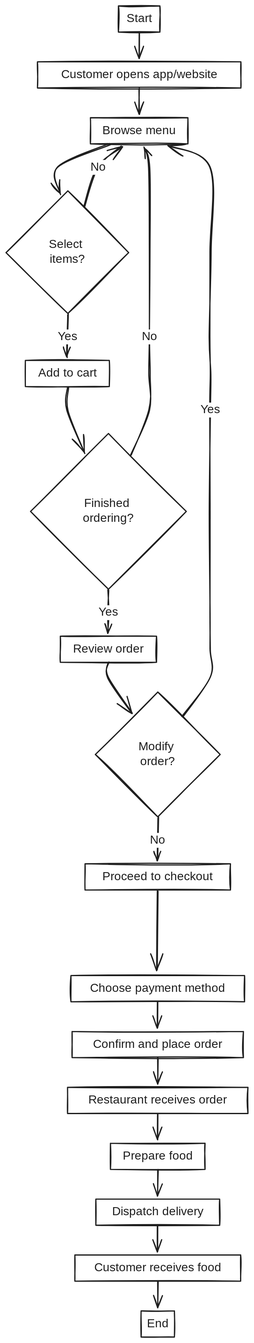
Earlier version of the Excalidraw export docs/diagram.excalidraw.svg (lowenhere/foodiverse-app). Source tidied: one line per element, renumbered; positions are measured from the earlier drawing's top-left corner, leaving out a move shared by most shapes. The source it was exported from:
```json
{"id": 0, "type": "rectangle", "strokeColor": "#1e1e1e", "strokeWidth": 2, "roughness": 1, "x": 189, "y": 0, "width": 70, "height": 44}
{"id": 1, "type": "rectangle", "strokeColor": "#1e1e1e", "strokeWidth": 2, "roughness": 1, "x": 53, "y": 94, "width": 342, "height": 44}
{"id": 2, "type": "rectangle", "strokeColor": "#1e1e1e", "strokeWidth": 2, "roughness": 1, "x": 142, "y": 188, "width": 164, "height": 44}
{"id": 3, "type": "diamond", "strokeColor": "#1e1e1e", "strokeWidth": 2, "roughness": 1, "x": 0, "y": 311, "width": 206, "height": 206}
{"id": 4, "type": "rectangle", "strokeColor": "#1e1e1e", "strokeWidth": 2, "roughness": 1, "x": 33, "y": 596, "width": 141, "height": 44}
{"id": 5, "type": "diamond", "strokeColor": "#1e1e1e", "strokeWidth": 2, "roughness": 1, "x": 41, "y": 719, "width": 262, "height": 262}
{"id": 6, "type": "rectangle", "strokeColor": "#1e1e1e", "strokeWidth": 2, "roughness": 1, "x": 91, "y": 1060, "width": 162, "height": 44}
{"id": 7, "type": "diamond", "strokeColor": "#1e1e1e", "strokeWidth": 2, "roughness": 1, "x": 150, "y": 1154, "width": 210, "height": 210}
{"id": 8, "type": "rectangle", "strokeColor": "#1e1e1e", "strokeWidth": 2, "roughness": 1, "x": 133, "y": 1443, "width": 245, "height": 44}
{"id": 9, "type": "rectangle", "strokeColor": "#1e1e1e", "strokeWidth": 2, "roughness": 1, "x": 109, "y": 1631, "width": 292, "height": 44}
{"id": 10, "type": "rectangle", "strokeColor": "#1e1e1e", "strokeWidth": 2, "roughness": 1, "x": 111, "y": 1725, "width": 288, "height": 44}
{"id": 11, "type": "rectangle", "strokeColor": "#1e1e1e", "strokeWidth": 2, "roughness": 1, "x": 103, "y": 1819, "width": 303, "height": 44}
{"id": 12, "type": "rectangle", "strokeColor": "#1e1e1e", "strokeWidth": 2, "roughness": 1, "x": 176, "y": 1913, "width": 159, "height": 44}
{"id": 13, "type": "rectangle", "strokeColor": "#1e1e1e", "strokeWidth": 2, "roughness": 1, "x": 151, "y": 2007, "width": 208, "height": 44}
{"id": 14, "type": "rectangle", "strokeColor": "#1e1e1e", "strokeWidth": 2, "roughness": 1, "x": 116, "y": 2101, "width": 279, "height": 44}
{"id": 15, "type": "rectangle", "strokeColor": "#1e1e1e", "strokeWidth": 2, "roughness": 1, "x": 227, "y": 2195, "width": 56, "height": 44}
{"id": 16, "type": "arrow", "strokeColor": "#1e1e1e", "strokeWidth": 2, "roughness": 1, "endArrowhead": "arrow", "round": true, "from": 0, "to": 1, "x": 224, "y": 44, "width": 0, "height": 44, "points": [[0, 0], [0, 44]]}
{"id": 17, "type": "arrow", "strokeColor": "#1e1e1e", "strokeWidth": 2, "roughness": 1, "endArrowhead": "arrow", "round": true, "from": 1, "to": 2, "x": 224, "y": 138, "width": 0, "height": 44, "points": [[0, 0], [0, 44]]}
{"id": 18, "type": "arrow", "strokeColor": "#1e1e1e", "strokeWidth": 2, "roughness": 1, "endArrowhead": "arrow", "round": true, "from": 2, "to": 3, "x": 175, "y": 232, "width": 89, "height": 84, "points": [[0, 0], [-89, 39], [-84, 84]]}
{"id": 19, "type": "arrow", "strokeColor": "#1e1e1e", "strokeWidth": 2, "roughness": 1, "endArrowhead": "arrow", "round": true, "from": 3, "to": 4, "x": 104, "y": 518, "width": 0, "height": 72, "points": [[0, 0], [0, 38], [0, 72]]}
{"id": 20, "type": "arrow", "strokeColor": "#1e1e1e", "strokeWidth": 2, "roughness": 1, "endArrowhead": "arrow", "round": true, "from": 3, "to": 2, "x": 132, "y": 338, "width": 63, "height": 102, "points": [[0, 0], [23, -67], [63, -102]]}
{"id": 21, "type": "arrow", "strokeColor": "#1e1e1e", "strokeWidth": 2, "roughness": 1, "endArrowhead": "arrow", "round": true, "from": 4, "to": 5, "x": 104, "y": 641, "width": 29, "height": 111, "points": [[0, 0], [0, 39], [29, 111]]}
{"id": 22, "type": "arrow", "strokeColor": "#1e1e1e", "strokeWidth": 2, "roughness": 1, "endArrowhead": "arrow", "round": true, "from": 5, "to": 2, "x": 210, "y": 757, "width": 31, "height": 519, "points": [[0, 0], [31, -77], [31, -139], [31, -200], [31, -343], [31, -485], [22, -519]]}
{"id": 23, "type": "arrow", "strokeColor": "#1e1e1e", "strokeWidth": 2, "roughness": 1, "endArrowhead": "arrow", "round": true, "from": 5, "to": 6, "x": 173, "y": 982, "width": 0, "height": 72, "points": [[0, 0], [0, 38], [0, 72]]}
{"id": 24, "type": "arrow", "strokeColor": "#1e1e1e", "strokeWidth": 2, "roughness": 1, "endArrowhead": "arrow", "round": true, "from": 6, "to": 7, "x": 173, "y": 1105, "width": 39, "height": 86, "points": [[0, 0], [0, 24], [39, 86]]}
{"id": 25, "type": "arrow", "strokeColor": "#1e1e1e", "strokeWidth": 2, "roughness": 1, "endArrowhead": "arrow", "round": true, "from": 7, "to": 2, "x": 297, "y": 1196, "width": 71, "height": 961, "points": [[0, 0], [46, -67], [46, -114], [46, -176], [46, -346], [46, -517], [46, -578], [46, -640], [46, -782], [46, -925], [-26, -961]]}
{"id": 26, "type": "arrow", "strokeColor": "#1e1e1e", "strokeWidth": 2, "roughness": 1, "endArrowhead": "arrow", "round": true, "from": 7, "to": 8, "x": 256, "y": 1365, "width": 0, "height": 72, "points": [[0, 0], [0, 38], [0, 72]]}
{"id": 27, "type": "arrow", "strokeColor": "#1e1e1e", "strokeWidth": 2, "roughness": 1, "endArrowhead": "arrow", "round": true, "from": 8, "to": 9, "x": 255, "y": 1488, "width": 1, "height": 134, "points": [[0, 0], [-1, 134]]}
{"id": 28, "type": "arrow", "strokeColor": "#1e1e1e", "strokeWidth": 2, "roughness": 1, "endArrowhead": "arrow", "round": true, "from": 9, "to": 10, "x": 255, "y": 1675, "width": 0, "height": 44, "points": [[0, 0], [0, 44]]}
{"id": 29, "type": "arrow", "strokeColor": "#1e1e1e", "strokeWidth": 2, "roughness": 1, "endArrowhead": "arrow", "round": true, "from": 10, "to": 11, "x": 255, "y": 1769, "width": 0, "height": 44, "points": [[0, 0], [0, 44]]}
{"id": 30, "type": "arrow", "strokeColor": "#1e1e1e", "strokeWidth": 2, "roughness": 1, "endArrowhead": "arrow", "round": true, "from": 11, "to": 12, "x": 255, "y": 1863, "width": 0, "height": 44, "points": [[0, 0], [0, 44]]}
{"id": 31, "type": "arrow", "strokeColor": "#1e1e1e", "strokeWidth": 2, "roughness": 1, "endArrowhead": "arrow", "round": true, "from": 12, "to": 13, "x": 255, "y": 1957, "width": 0, "height": 44, "points": [[0, 0], [0, 44]]}
{"id": 32, "type": "arrow", "strokeColor": "#1e1e1e", "strokeWidth": 2, "roughness": 1, "endArrowhead": "arrow", "round": true, "from": 13, "to": 14, "x": 255, "y": 2051, "width": 0, "height": 44, "points": [[0, 0], [0, 44]]}
{"id": 33, "type": "arrow", "strokeColor": "#1e1e1e", "strokeWidth": 2, "roughness": 1, "endArrowhead": "arrow", "round": true, "from": 14, "to": 15, "x": 255, "y": 2145, "width": 0, "height": 44, "points": [[0, 0], [0, 44]]}
{"id": 34, "type": "text", "text": "Start", "strokeColor": "#1e1e1e", "strokeWidth": 2, "roughness": 1, "fontSize": 20, "fontFamily": 1, "textAlign": "center", "verticalAlign": "middle", "inside": 0, "x": 196, "y": 10, "width": 57, "height": 25}
{"id": 35, "type": "text", "text": "Customer opens app/website", "strokeColor": "#1e1e1e", "strokeWidth": 2, "roughness": 1, "fontSize": 20, "fontFamily": 1, "textAlign": "center", "verticalAlign": "middle", "inside": 1, "x": 86, "y": 104, "width": 276, "height": 25}
{"id": 36, "type": "text", "text": "Browse menu", "strokeColor": "#1e1e1e", "strokeWidth": 2, "roughness": 1, "fontSize": 20, "fontFamily": 1, "textAlign": "center", "verticalAlign": "middle", "inside": 2, "x": 163, "y": 198, "width": 122, "height": 25}
{"id": 37, "type": "text", "text": "Select \nitems?", "strokeColor": "#1e1e1e", "strokeWidth": 2, "roughness": 1, "fontSize": 20, "fontFamily": 1, "textAlign": "center", "verticalAlign": "middle", "inside": 3, "x": 68, "y": 389, "width": 71, "height": 50}
{"id": 38, "type": "text", "text": "Add to cart", "strokeColor": "#1e1e1e", "strokeWidth": 2, "roughness": 1, "fontSize": 20, "fontFamily": 1, "textAlign": "center", "verticalAlign": "middle", "inside": 4, "x": 42, "y": 606, "width": 122, "height": 25}
{"id": 39, "type": "text", "text": "Finished \nordering?", "strokeColor": "#1e1e1e", "strokeWidth": 2, "roughness": 1, "fontSize": 20, "fontFamily": 1, "textAlign": "center", "verticalAlign": "middle", "inside": 5, "x": 130, "y": 825, "width": 84, "height": 50}
{"id": 40, "type": "text", "text": "Review order", "strokeColor": "#1e1e1e", "strokeWidth": 2, "roughness": 1, "fontSize": 20, "fontFamily": 1, "textAlign": "center", "verticalAlign": "middle", "inside": 6, "x": 111, "y": 1070, "width": 123, "height": 25}
{"id": 41, "type": "text", "text": "Modify \norder?", "strokeColor": "#1e1e1e", "strokeWidth": 2, "roughness": 1, "fontSize": 20, "fontFamily": 1, "textAlign": "center", "verticalAlign": "middle", "inside": 7, "x": 220, "y": 1234, "width": 71, "height": 50}
{"id": 42, "type": "text", "text": "Proceed to checkout", "strokeColor": "#1e1e1e", "strokeWidth": 2, "roughness": 1, "fontSize": 20, "fontFamily": 1, "textAlign": "center", "verticalAlign": "middle", "inside": 8, "x": 154, "y": 1452, "width": 203, "height": 25}
{"id": 43, "type": "text", "text": "Choose payment method", "strokeColor": "#1e1e1e", "strokeWidth": 2, "roughness": 1, "fontSize": 20, "fontFamily": 1, "textAlign": "center", "verticalAlign": "middle", "inside": 9, "x": 140, "y": 1640, "width": 231, "height": 25}
{"id": 44, "type": "text", "text": "Confirm and place order", "strokeColor": "#1e1e1e", "strokeWidth": 2, "roughness": 1, "fontSize": 20, "fontFamily": 1, "textAlign": "center", "verticalAlign": "middle", "inside": 10, "x": 139, "y": 1734, "width": 233, "height": 25}
{"id": 45, "type": "text", "text": "Restaurant receives order", "strokeColor": "#1e1e1e", "strokeWidth": 2, "roughness": 1, "fontSize": 20, "fontFamily": 1, "textAlign": "center", "verticalAlign": "middle", "inside": 11, "x": 124, "y": 1828, "width": 262, "height": 25}
{"id": 46, "type": "text", "text": "Prepare food", "strokeColor": "#1e1e1e", "strokeWidth": 2, "roughness": 1, "fontSize": 20, "fontFamily": 1, "textAlign": "center", "verticalAlign": "middle", "inside": 12, "x": 191, "y": 1922, "width": 129, "height": 25}
{"id": 47, "type": "text", "text": "Dispatch delivery", "strokeColor": "#1e1e1e", "strokeWidth": 2, "roughness": 1, "fontSize": 20, "fontFamily": 1, "textAlign": "center", "verticalAlign": "middle", "inside": 13, "x": 172, "y": 2016, "width": 167, "height": 25}
{"id": 48, "type": "text", "text": "Customer receives food", "strokeColor": "#1e1e1e", "strokeWidth": 2, "roughness": 1, "fontSize": 20, "fontFamily": 1, "textAlign": "center", "verticalAlign": "middle", "inside": 14, "x": 140, "y": 2110, "width": 230, "height": 25}
{"id": 49, "type": "text", "text": "End", "strokeColor": "#1e1e1e", "strokeWidth": 2, "roughness": 1, "fontSize": 20, "fontFamily": 1, "textAlign": "center", "verticalAlign": "middle", "inside": 15, "x": 238, "y": 2204, "width": 34, "height": 25}
{"id": 50, "type": "text", "text": "Yes", "strokeColor": "#1e1e1e", "strokeWidth": 2, "roughness": 1, "fontSize": 20, "fontFamily": 1, "textAlign": "center", "verticalAlign": "middle", "inside": 19, "x": 87, "y": 544, "width": 32, "height": 25}
{"id": 51, "type": "text", "text": "No", "strokeColor": "#1e1e1e", "strokeWidth": 2, "roughness": 1, "fontSize": 20, "fontFamily": 1, "textAlign": "center", "verticalAlign": "middle", "inside": 20, "x": 143, "y": 259, "width": 24, "height": 25}
{"id": 52, "type": "text", "text": "No", "strokeColor": "#1e1e1e", "strokeWidth": 2, "roughness": 1, "fontSize": 20, "fontFamily": 1, "textAlign": "center", "verticalAlign": "middle", "inside": 22, "x": 229, "y": 544, "width": 24, "height": 25}
{"id": 53, "type": "text", "text": "Yes", "strokeColor": "#1e1e1e", "strokeWidth": 2, "roughness": 1, "fontSize": 20, "fontFamily": 1, "textAlign": "center", "verticalAlign": "middle", "inside": 23, "x": 156, "y": 1008, "width": 32, "height": 25}
{"id": 54, "type": "text", "text": "Yes", "strokeColor": "#1e1e1e", "strokeWidth": 2, "roughness": 1, "fontSize": 20, "fontFamily": 1, "textAlign": "center", "verticalAlign": "middle", "inside": 25, "x": 327, "y": 667, "width": 32, "height": 25}
{"id": 55, "type": "text", "text": "No", "strokeColor": "#1e1e1e", "strokeWidth": 2, "roughness": 1, "fontSize": 20, "fontFamily": 1, "textAlign": "center", "verticalAlign": "middle", "inside": 26, "x": 243, "y": 1391, "width": 24, "height": 25}
```
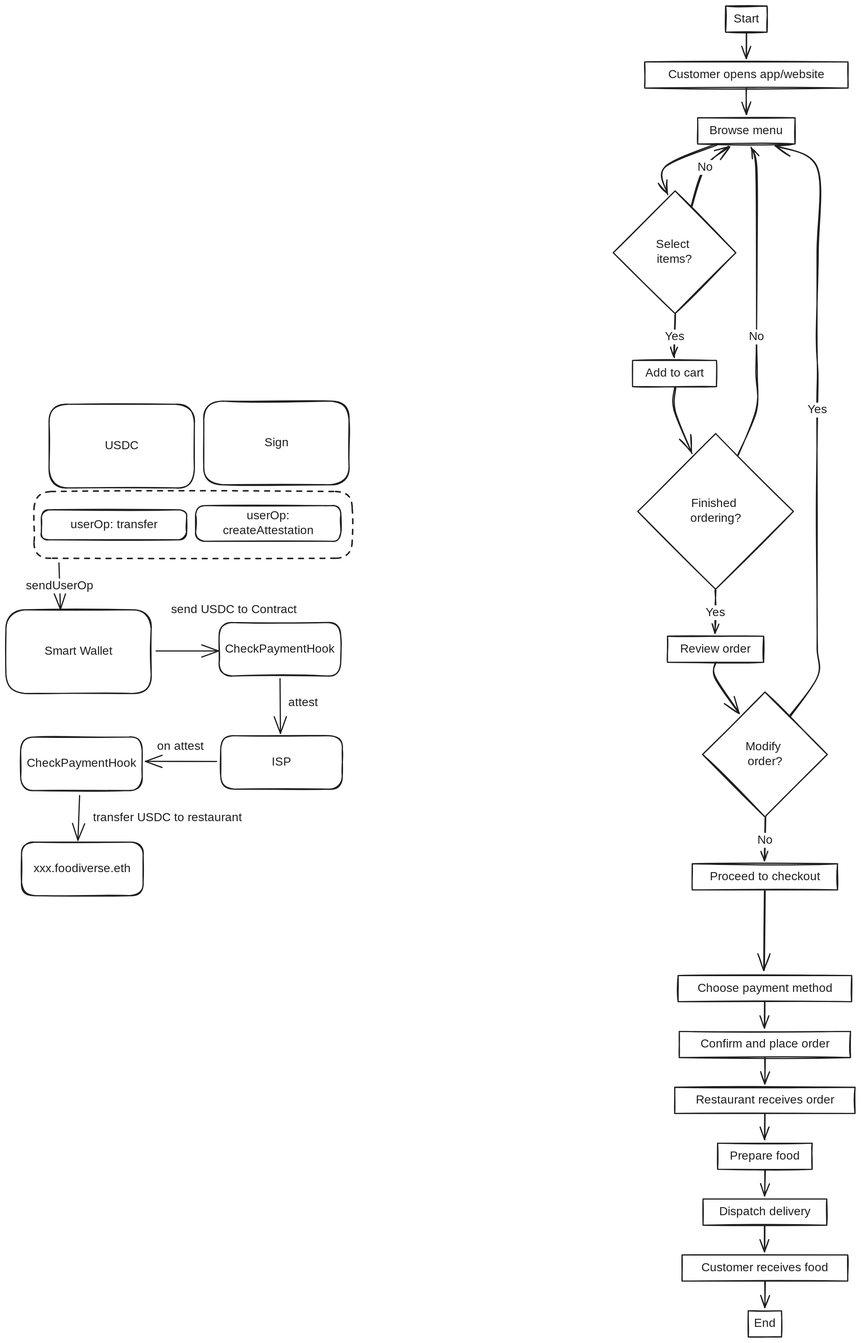
After the commit.

Change to the diagram source:
```diff
@@ -54,3 +54,32 @@
 {"id": 53, "type": "text", "text": "Yes", "strokeColor": "#1e1e1e", "strokeWidth": 2, "roughness": 1, "fontSize": 20, "fontFamily": 1, "textAlign": "center", "verticalAlign": "middle", "inside": 23, "x": 156, "y": 1008, "width": 32, "height": 25}
 {"id": 54, "type": "text", "text": "Yes", "strokeColor": "#1e1e1e", "strokeWidth": 2, "roughness": 1, "fontSize": 20, "fontFamily": 1, "textAlign": "center", "verticalAlign": "middle", "inside": 25, "x": 327, "y": 667, "width": 32, "height": 25}
 {"id": 55, "type": "text", "text": "No", "strokeColor": "#1e1e1e", "strokeWidth": 2, "roughness": 1, "fontSize": 20, "fontFamily": 1, "textAlign": "center", "verticalAlign": "middle", "inside": 26, "x": 243, "y": 1391, "width": 24, "height": 25}
+{"id": 56, "type": "rectangle", "strokeColor": "#1e1e1e", "strokeWidth": 2, "roughness": 1, "round": true, "x": -949, "y": 670, "width": 244, "height": 141}
+{"id": 57, "type": "text", "text": "USDC", "strokeColor": "#1e1e1e", "strokeWidth": 2, "roughness": 1, "fontSize": 20, "fontFamily": 1, "textAlign": "center", "verticalAlign": "middle", "inside": 56, "x": -854, "y": 728, "width": 55, "height": 25}
+{"id": 58, "type": "rectangle", "strokeColor": "#1e1e1e", "strokeWidth": 2, "roughness": 1, "round": true, "x": -1022, "y": 1016, "width": 244, "height": 141}
+{"id": 59, "type": "text", "text": "Smart Wallet", "strokeColor": "#1e1e1e", "strokeWidth": 2, "roughness": 1, "fontSize": 20, "fontFamily": 1, "textAlign": "center", "verticalAlign": "middle", "inside": 58, "x": -964, "y": 1074, "width": 129, "height": 25}
+{"id": 60, "type": "rectangle", "strokeColor": "#1e1e1e", "strokeWidth": 2, "roughness": 1, "round": true, "x": -962, "y": 847, "width": 244, "height": 50}
+{"id": 61, "type": "text", "text": "userOp: transfer", "strokeColor": "#1e1e1e", "strokeWidth": 2, "roughness": 1, "fontSize": 20, "fontFamily": 1, "textAlign": "center", "verticalAlign": "middle", "inside": 60, "x": -922, "y": 860, "width": 164, "height": 25}
+{"id": 62, "type": "rectangle", "strokeColor": "#1e1e1e", "strokeWidth": 2, "roughness": 1, "round": true, "x": -689, "y": 665, "width": 244, "height": 141}
+{"id": 63, "type": "text", "text": "Sign", "strokeColor": "#1e1e1e", "strokeWidth": 2, "roughness": 1, "fontSize": 20, "fontFamily": 1, "textAlign": "center", "verticalAlign": "middle", "inside": 62, "x": -585, "y": 722, "width": 36, "height": 25}
+{"id": 64, "type": "rectangle", "strokeColor": "#1e1e1e", "strokeWidth": 2, "roughness": 1, "round": true, "x": -703, "y": 840, "width": 244, "height": 60}
+{"id": 65, "type": "text", "text": " userOp: \ncreateAttestation", "strokeColor": "#1e1e1e", "strokeWidth": 2, "roughness": 1, "fontSize": 20, "fontFamily": 1, "textAlign": "center", "verticalAlign": "middle", "inside": 64, "x": -672, "y": 845, "width": 183, "height": 50}
+{"id": 66, "type": "rectangle", "strokeColor": "#1e1e1e", "strokeWidth": 2, "strokeStyle": "dashed", "roughness": 1, "round": true, "x": -975, "y": 817, "width": 535, "height": 112}
+{"id": 67, "type": "arrow", "strokeColor": "#1e1e1e", "strokeWidth": 2, "roughness": 0, "endArrowhead": "arrow", "round": true, "from": 66, "to": 58, "x": -933, "y": 937, "width": 2, "height": 78, "points": [[0, 0], [2, 78]]}
+{"id": 68, "type": "text", "text": "sendUserOp", "strokeColor": "#1e1e1e", "strokeWidth": 2, "roughness": 0, "fontSize": 20, "fontFamily": 1, "textAlign": "center", "verticalAlign": "middle", "inside": 67, "x": -392, "y": 855, "width": 112, "height": 25}
+{"id": 69, "type": "rectangle", "strokeColor": "#1e1e1e", "strokeWidth": 2, "roughness": 1, "round": true, "x": -663, "y": 1037, "width": 205, "height": 90}
+{"id": 70, "type": "text", "text": "CheckPaymentHook", "strokeColor": "#1e1e1e", "strokeWidth": 2, "roughness": 1, "fontSize": 20, "fontFamily": 1, "textAlign": "center", "verticalAlign": "middle", "inside": 69, "x": -649, "y": 1070, "width": 177, "height": 25}
+{"id": 71, "type": "arrow", "strokeColor": "#1e1e1e", "strokeWidth": 2, "roughness": 0, "endArrowhead": "arrow", "round": true, "from": 58, "to": 69, "x": -769, "y": 1085, "width": 105, "height": 0, "points": [[0, 0], [105, 0]]}
+{"id": 72, "type": "text", "text": "send USDC to Contract", "strokeColor": "#1e1e1e", "strokeWidth": 2, "roughness": 0, "fontSize": 20, "fontFamily": 1, "x": -744, "y": 1004, "width": 238, "height": 25}
+{"id": 73, "type": "rectangle", "strokeColor": "#1e1e1e", "strokeWidth": 2, "roughness": 1, "round": true, "x": -660, "y": 1227, "width": 205, "height": 90}
+{"id": 74, "type": "text", "text": "ISP", "strokeColor": "#1e1e1e", "strokeWidth": 2, "roughness": 1, "fontSize": 20, "fontFamily": 1, "textAlign": "center", "verticalAlign": "middle", "inside": 73, "x": -576, "y": 1260, "width": 36, "height": 25}
+{"id": 75, "type": "arrow", "strokeColor": "#1e1e1e", "strokeWidth": 2, "roughness": 0, "endArrowhead": "arrow", "round": true, "from": 69, "to": 73, "x": -561, "y": 1132, "width": 1, "height": 92, "points": [[0, 0], [1, 92]]}
+{"id": 76, "type": "text", "text": "attest", "strokeColor": "#1e1e1e", "strokeWidth": 2, "roughness": 0, "fontSize": 20, "fontFamily": 1, "x": -547, "y": 1160, "width": 69, "height": 25}
+{"id": 77, "type": "rectangle", "strokeColor": "#1e1e1e", "strokeWidth": 2, "roughness": 1, "round": true, "x": -997, "y": 1230, "width": 205, "height": 90}
+{"id": 78, "type": "text", "text": "CheckPaymentHook", "strokeColor": "#1e1e1e", "strokeWidth": 2, "roughness": 1, "fontSize": 20, "fontFamily": 1, "textAlign": "center", "verticalAlign": "middle", "inside": 77, "x": -983, "y": 1262, "width": 177, "height": 25}
+{"id": 79, "type": "arrow", "strokeColor": "#1e1e1e", "strokeWidth": 2, "roughness": 0, "endArrowhead": "arrow", "round": true, "from": 73, "to": 77, "x": -667, "y": 1271, "width": 120, "height": 0, "points": [[0, 0], [-120, 0]]}
+{"id": 80, "type": "text", "text": "on attest", "strokeColor": "#1e1e1e", "strokeWidth": 2, "roughness": 0, "fontSize": 20, "fontFamily": 1, "x": -767, "y": 1233, "width": 99, "height": 25}
+{"id": 81, "type": "rectangle", "strokeColor": "#1e1e1e", "strokeWidth": 2, "roughness": 1, "round": true, "x": -996, "y": 1407, "width": 205, "height": 90}
+{"id": 82, "type": "text", "text": "xxx.foodiverse.eth", "strokeColor": "#1e1e1e", "strokeWidth": 2, "roughness": 1, "fontSize": 20, "fontFamily": 1, "textAlign": "center", "verticalAlign": "middle", "inside": 81, "x": -981, "y": 1439, "width": 176, "height": 25}
+{"id": 83, "type": "arrow", "strokeColor": "#1e1e1e", "strokeWidth": 2, "roughness": 0, "endArrowhead": "arrow", "round": true, "from": 77, "to": 81, "x": -898, "y": 1328, "width": 3, "height": 75, "points": [[0, 0], [-3, 75]]}
+{"id": 84, "type": "text", "text": "transfer USDC to restaurant", "strokeColor": "#1e1e1e", "strokeWidth": 2, "roughness": 0, "fontSize": 20, "fontFamily": 1, "x": -875, "y": 1354, "width": 299, "height": 25}
```
